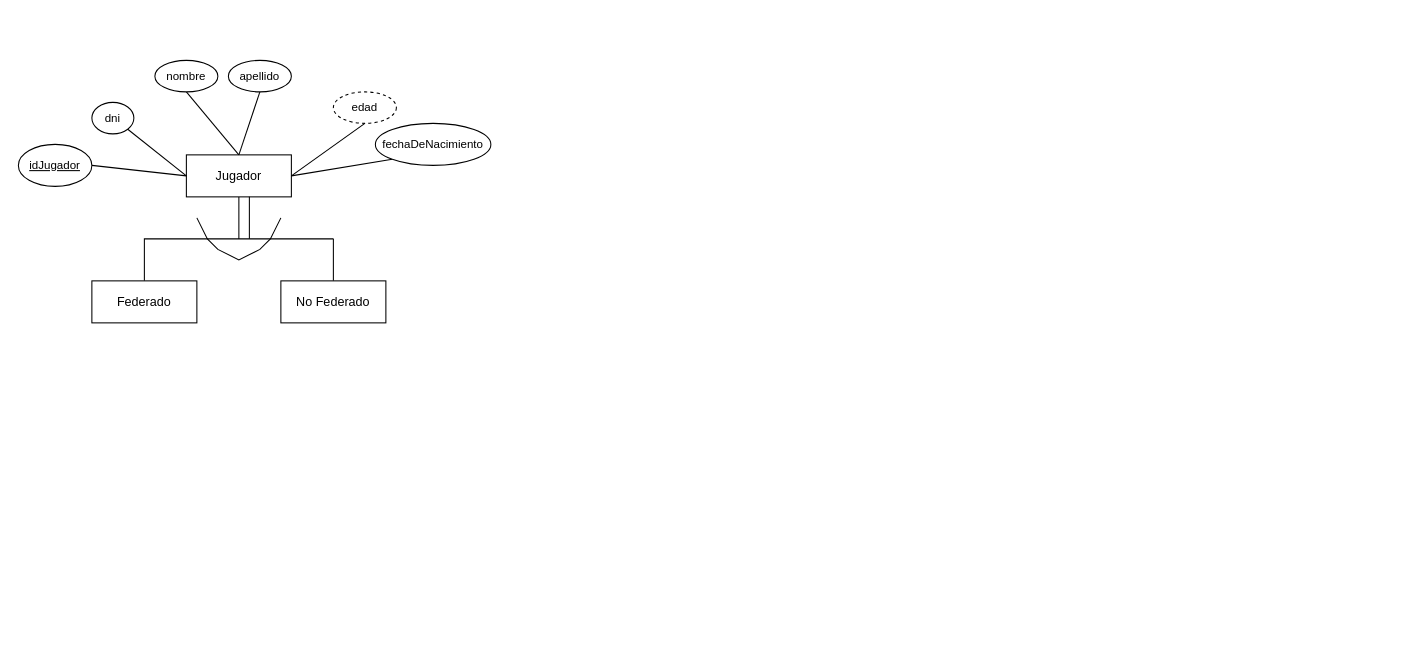
Above: BaseDeDatos/modeloparcial1.drawio in Donnie-MS/DiagramasUML-BaseDeDatos-Objetos2 (draw.io), before the change. Source tidied: cells renumbered, new cells numbered last; positions are measured from the earlier drawing's top-left corner, leaving out a move shared by most shapes. Both pictures are drawn from the tidied source at 105%, with x=0, y=0 at pixel (18, 60).
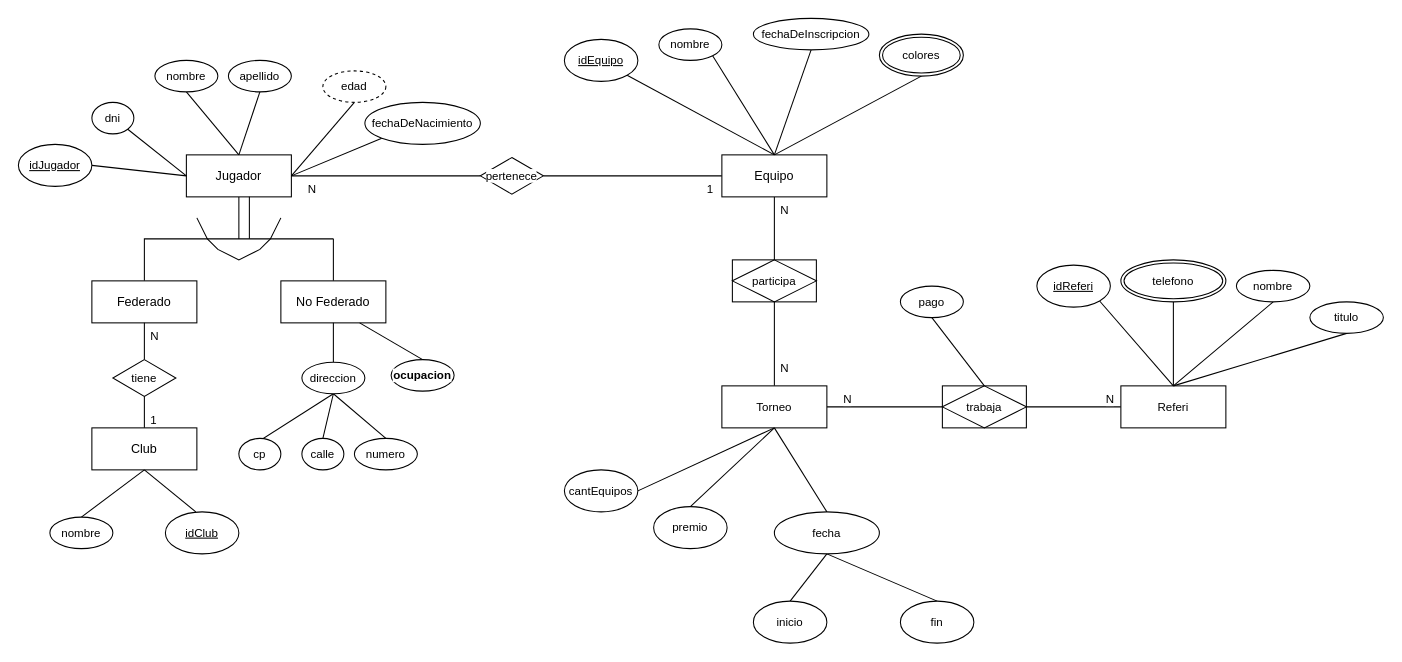
The same diagram, later.

Unchanged cells that the change refers to:
```xml
<mxCell id="3" value="Jugador" style="whiteSpace=wrap;html=1;align=center;" parent="1" vertex="1">
  <mxGeometry x="160" y="90" width="100" height="40" as="geometry" />
</mxCell>
<mxCell id="4" value="Federado" style="whiteSpace=wrap;html=1;align=center;" parent="1" vertex="1">
  <mxGeometry x="70" y="210" width="100" height="40" as="geometry" />
</mxCell>
<mxCell id="6" value="No Federado" style="whiteSpace=wrap;html=1;align=center;" parent="1" vertex="1">
  <mxGeometry x="250" y="210" width="100" height="40" as="geometry" />
</mxCell>
```

The edit, as a diff of the source:
```diff
@@
+    <mxCell id="21" style="edgeStyle=none;shape=connector;rounded=0;jettySize=auto;html=1;exitX=1;exitY=0.5;exitDx=0;exitDy=0;entryX=0;entryY=0.5;entryDx=0;entryDy=0;strokeColor=default;align=center;verticalAlign=middle;fontFamily=Helvetica;fontSize=11;fontColor=default;labelBackgroundColor=default;endArrow=none;" parent="1" edge="1" source="45" target="33">
+      <mxGeometry relative="1" as="geometry" />
+    </mxCell>
@@
     <mxCell id="16" value="edad" style="ellipse;whiteSpace=wrap;html=1;align=center;dashed=1;fontFamily=Helvetica;fontSize=11;fontColor=default;labelBackgroundColor=default;" parent="1" vertex="1">
-      <mxGeometry x="300" y="30" width="60" height="30" as="geometry" />
+      <mxGeometry x="290" y="10" width="60" height="30" as="geometry" />
     </mxCell>
@@
     <mxCell id="18" value="fechaDeNacimiento" style="ellipse;whiteSpace=wrap;html=1;align=center;fontFamily=Helvetica;fontSize=11;fontColor=default;labelBackgroundColor=default;" parent="1" vertex="1">
-      <mxGeometry x="340" y="60" width="110" height="40" as="geometry" />
+      <mxGeometry x="330" y="40" width="110" height="40" as="geometry" />
     </mxCell>
@@
+    <mxCell id="22" style="edgeStyle=none;shape=connector;rounded=0;jettySize=auto;html=1;exitX=0.5;exitY=0;exitDx=0;exitDy=0;entryX=0.75;entryY=1;entryDx=0;entryDy=0;strokeColor=default;align=center;verticalAlign=middle;fontFamily=Helvetica;fontSize=11;fontColor=default;labelBackgroundColor=default;endArrow=none;" parent="1" edge="1" source="23" target="6">
+      <mxGeometry relative="1" as="geometry" />
+    </mxCell>
+    <mxCell id="23" value="ocupacion" style="ellipse;whiteSpace=wrap;html=1;align=center;fontFamily=Helvetica;fontSize=11;fontColor=default;labelBackgroundColor=default;fontStyle=1;" parent="1" vertex="1">
+      <mxGeometry x="355" y="285" width="60" height="30" as="geometry" />
+    </mxCell>
+    <mxCell id="24" style="edgeStyle=none;shape=connector;rounded=0;jettySize=auto;html=1;strokeColor=default;align=center;verticalAlign=middle;fontFamily=Helvetica;fontSize=11;fontColor=default;labelBackgroundColor=default;endArrow=none;entryX=0.5;entryY=1;entryDx=0;entryDy=0;" parent="1" edge="1" source="28" target="6">
+      <mxGeometry relative="1" as="geometry" />
+    </mxCell>
+    <mxCell id="25" style="edgeStyle=none;shape=connector;rounded=0;jettySize=auto;html=1;exitX=0.5;exitY=1;exitDx=0;exitDy=0;entryX=0.5;entryY=0;entryDx=0;entryDy=0;strokeColor=default;align=center;verticalAlign=middle;fontFamily=Helvetica;fontSize=11;fontColor=default;labelBackgroundColor=default;endArrow=none;" parent="1" edge="1" source="28" target="29">
+      <mxGeometry relative="1" as="geometry" />
+    </mxCell>
+    <mxCell id="26" style="edgeStyle=none;shape=connector;rounded=0;jettySize=auto;html=1;exitX=0.5;exitY=1;exitDx=0;exitDy=0;entryX=0.5;entryY=0;entryDx=0;entryDy=0;strokeColor=default;align=center;verticalAlign=middle;fontFamily=Helvetica;fontSize=11;fontColor=default;labelBackgroundColor=default;endArrow=none;" parent="1" edge="1" source="28" target="30">
+      <mxGeometry relative="1" as="geometry" />
+    </mxCell>
+    <mxCell id="27" style="edgeStyle=none;shape=connector;rounded=0;jettySize=auto;html=1;exitX=0.5;exitY=1;exitDx=0;exitDy=0;entryX=0;entryY=0.5;entryDx=0;entryDy=0;strokeColor=default;align=center;verticalAlign=middle;fontFamily=Helvetica;fontSize=11;fontColor=default;labelBackgroundColor=default;endArrow=none;" parent="1" edge="1" source="28" target="31">
+      <mxGeometry relative="1" as="geometry" />
+    </mxCell>
+    <mxCell id="28" value="direccion" style="ellipse;whiteSpace=wrap;html=1;align=center;fontFamily=Helvetica;fontSize=11;fontColor=default;labelBackgroundColor=default;" parent="1" vertex="1">
+      <mxGeometry x="270" y="287.5" width="60" height="30" as="geometry" />
+    </mxCell>
+    <mxCell id="29" value="numero" style="ellipse;whiteSpace=wrap;html=1;align=center;fontFamily=Helvetica;fontSize=11;fontColor=default;labelBackgroundColor=default;" parent="1" vertex="1">
+      <mxGeometry x="320" y="360" width="60" height="30" as="geometry" />
+    </mxCell>
+    <mxCell id="30" value="calle" style="ellipse;whiteSpace=wrap;html=1;align=center;fontFamily=Helvetica;fontSize=11;fontColor=default;labelBackgroundColor=default;" parent="1" vertex="1">
+      <mxGeometry x="270" y="360" width="40" height="30" as="geometry" />
+    </mxCell>
+    <mxCell id="31" value="cp" style="ellipse;whiteSpace=wrap;html=1;align=center;fontFamily=Helvetica;fontSize=11;fontColor=default;labelBackgroundColor=default;" parent="1" vertex="1">
+      <mxGeometry x="210" y="360" width="40" height="30" as="geometry" />
+    </mxCell>
+    <mxCell id="32" style="edgeStyle=none;shape=connector;rounded=0;jettySize=auto;html=1;exitX=0.5;exitY=1;exitDx=0;exitDy=0;entryX=0.5;entryY=0;entryDx=0;entryDy=0;strokeColor=default;align=center;verticalAlign=middle;fontFamily=Helvetica;fontSize=11;fontColor=default;labelBackgroundColor=default;endArrow=none;" parent="1" edge="1" source="33" target="57">
+      <mxGeometry relative="1" as="geometry" />
+    </mxCell>
+    <mxCell id="33" value="Equipo" style="whiteSpace=wrap;html=1;align=center;" parent="1" vertex="1">
+      <mxGeometry x="670" y="90" width="100" height="40" as="geometry" />
+    </mxCell>
+    <mxCell id="34" style="edgeStyle=none;shape=connector;rounded=0;jettySize=auto;html=1;exitX=0.5;exitY=0;exitDx=0;exitDy=0;entryX=0.5;entryY=1;entryDx=0;entryDy=0;strokeColor=default;align=center;verticalAlign=middle;fontFamily=Helvetica;fontSize=11;fontColor=default;labelBackgroundColor=default;endArrow=none;" parent="1" edge="1" source="37" target="4">
+      <mxGeometry relative="1" as="geometry" />
+    </mxCell>
+    <mxCell id="35" value="Club" style="whiteSpace=wrap;html=1;align=center;" parent="1" vertex="1">
+      <mxGeometry x="70" y="350" width="100" height="40" as="geometry" />
+    </mxCell>
+    <mxCell id="36" style="edgeStyle=none;shape=connector;rounded=0;jettySize=auto;html=1;exitX=0.5;exitY=0;exitDx=0;exitDy=0;entryX=0.5;entryY=1;entryDx=0;entryDy=0;strokeColor=default;align=center;verticalAlign=middle;fontFamily=Helvetica;fontSize=11;fontColor=default;labelBackgroundColor=default;endArrow=none;" parent="1" edge="1" source="35" target="37">
+      <mxGeometry relative="1" as="geometry" />
+    </mxCell>
+    <mxCell id="37" value="tiene" style="shape=rhombus;perimeter=rhombusPerimeter;whiteSpace=wrap;html=1;align=center;fontFamily=Helvetica;fontSize=11;fontColor=default;labelBackgroundColor=default;" parent="1" vertex="1">
+      <mxGeometry x="90" y="285" width="60" height="35" as="geometry" />
+    </mxCell>
+    <mxCell id="38" style="edgeStyle=none;shape=connector;rounded=0;jettySize=auto;html=1;exitX=0.414;exitY=0;exitDx=0;exitDy=0;entryX=0.5;entryY=1;entryDx=0;entryDy=0;strokeColor=default;align=center;verticalAlign=middle;fontFamily=Helvetica;fontSize=11;fontColor=default;labelBackgroundColor=default;endArrow=none;exitPerimeter=0;" parent="1" edge="1" source="39" target="35">
+      <mxGeometry relative="1" as="geometry" />
+    </mxCell>
+    <mxCell id="39" value="idClub" style="ellipse;whiteSpace=wrap;html=1;align=center;fontStyle=4;fontFamily=Helvetica;fontSize=11;fontColor=default;labelBackgroundColor=default;" parent="1" vertex="1">
+      <mxGeometry x="140" y="430" width="70" height="40" as="geometry" />
+    </mxCell>
+    <mxCell id="40" style="edgeStyle=none;shape=connector;rounded=0;jettySize=auto;html=1;exitX=0.5;exitY=0;exitDx=0;exitDy=0;strokeColor=default;align=center;verticalAlign=middle;fontFamily=Helvetica;fontSize=11;fontColor=default;labelBackgroundColor=default;endArrow=none;entryX=0.5;entryY=1;entryDx=0;entryDy=0;" parent="1" edge="1" source="41" target="35">
+      <mxGeometry relative="1" as="geometry" />
+    </mxCell>
+    <mxCell id="41" value="nombre" style="ellipse;whiteSpace=wrap;html=1;align=center;fontFamily=Helvetica;fontSize=11;fontColor=default;labelBackgroundColor=default;" parent="1" vertex="1">
+      <mxGeometry x="30" y="435" width="60" height="30" as="geometry" />
+    </mxCell>
+    <mxCell id="42" value="1" style="text;strokeColor=none;fillColor=none;spacingLeft=4;spacingRight=4;overflow=hidden;fontSize=11;whiteSpace=wrap;html=1;fontFamily=Helvetica;fontColor=default;labelBackgroundColor=default;" parent="1" vertex="1">
+      <mxGeometry x="120" y="330" width="40" height="30" as="geometry" />
+    </mxCell>
+    <mxCell id="43" value="N" style="text;strokeColor=none;fillColor=none;spacingLeft=4;spacingRight=4;overflow=hidden;fontSize=11;whiteSpace=wrap;html=1;fontFamily=Helvetica;fontColor=default;labelBackgroundColor=default;" parent="1" vertex="1">
+      <mxGeometry x="120" y="250" width="40" height="30" as="geometry" />
+    </mxCell>
+    <mxCell id="44" style="edgeStyle=none;shape=connector;rounded=0;jettySize=auto;html=1;exitX=1;exitY=0.5;exitDx=0;exitDy=0;entryX=0;entryY=0.5;entryDx=0;entryDy=0;strokeColor=default;align=center;verticalAlign=middle;fontFamily=Helvetica;fontSize=11;fontColor=default;labelBackgroundColor=default;endArrow=none;" parent="1" edge="1" source="3" target="45">
+      <mxGeometry relative="1" as="geometry" />
+    </mxCell>
+    <mxCell id="45" value="pertenece" style="shape=rhombus;perimeter=rhombusPerimeter;whiteSpace=wrap;html=1;align=center;fontFamily=Helvetica;fontSize=11;fontColor=default;labelBackgroundColor=default;" parent="1" vertex="1">
+      <mxGeometry x="440" y="92.5" width="60" height="35" as="geometry" />
+    </mxCell>
+    <mxCell id="46" value="N" style="text;strokeColor=none;fillColor=none;spacingLeft=4;spacingRight=4;overflow=hidden;fontSize=11;whiteSpace=wrap;html=1;fontFamily=Helvetica;fontColor=default;labelBackgroundColor=default;" parent="1" vertex="1">
+      <mxGeometry x="270" y="110" width="20" height="30" as="geometry" />
+    </mxCell>
+    <mxCell id="47" value="1" style="text;strokeColor=none;fillColor=none;spacingLeft=4;spacingRight=4;overflow=hidden;fontSize=11;whiteSpace=wrap;html=1;fontFamily=Helvetica;fontColor=default;labelBackgroundColor=default;" parent="1" vertex="1">
+      <mxGeometry x="650" y="110" width="20" height="30" as="geometry" />
+    </mxCell>
+    <mxCell id="48" style="edgeStyle=none;shape=connector;rounded=0;jettySize=auto;html=1;exitX=1;exitY=1;exitDx=0;exitDy=0;entryX=0.5;entryY=0;entryDx=0;entryDy=0;strokeColor=default;align=center;verticalAlign=middle;fontFamily=Helvetica;fontSize=11;fontColor=default;labelBackgroundColor=default;endArrow=none;" parent="1" edge="1" source="49" target="33">
+      <mxGeometry relative="1" as="geometry" />
+    </mxCell>
+    <mxCell id="49" value="nombre" style="ellipse;whiteSpace=wrap;html=1;align=center;fontFamily=Helvetica;fontSize=11;fontColor=default;labelBackgroundColor=default;" parent="1" vertex="1">
+      <mxGeometry x="610" y="-30" width="60" height="30" as="geometry" />
+    </mxCell>
+    <mxCell id="50" style="edgeStyle=none;shape=connector;rounded=0;jettySize=auto;html=1;exitX=0.5;exitY=1;exitDx=0;exitDy=0;strokeColor=default;align=center;verticalAlign=middle;fontFamily=Helvetica;fontSize=11;fontColor=default;labelBackgroundColor=default;endArrow=none;" parent="1" edge="1" source="51">
+      <mxGeometry relative="1" as="geometry">
+        <mxPoint x="720" y="90" as="targetPoint" />
+      </mxGeometry>
+    </mxCell>
+    <mxCell id="51" value="fechaDeInscripcion" style="ellipse;whiteSpace=wrap;html=1;align=center;fontFamily=Helvetica;fontSize=11;fontColor=default;labelBackgroundColor=default;" parent="1" vertex="1">
+      <mxGeometry x="700" y="-40" width="110" height="30" as="geometry" />
+    </mxCell>
+    <mxCell id="52" style="edgeStyle=none;shape=connector;rounded=0;jettySize=auto;html=1;exitX=0.5;exitY=1;exitDx=0;exitDy=0;entryX=0.5;entryY=0;entryDx=0;entryDy=0;strokeColor=default;align=center;verticalAlign=middle;fontFamily=Helvetica;fontSize=11;fontColor=default;labelBackgroundColor=default;endArrow=none;" parent="1" edge="1" source="53" target="33">
+      <mxGeometry relative="1" as="geometry" />
+    </mxCell>
+    <mxCell id="53" value="colores" style="ellipse;shape=doubleEllipse;margin=3;whiteSpace=wrap;html=1;align=center;fontFamily=Helvetica;fontSize=11;fontColor=default;labelBackgroundColor=default;" parent="1" vertex="1">
+      <mxGeometry x="820" y="-25" width="80" height="40" as="geometry" />
+    </mxCell>
+    <mxCell id="54" style="edgeStyle=none;shape=connector;rounded=0;jettySize=auto;html=1;exitX=1;exitY=1;exitDx=0;exitDy=0;strokeColor=default;align=center;verticalAlign=middle;fontFamily=Helvetica;fontSize=11;fontColor=default;labelBackgroundColor=default;endArrow=none;" parent="1" edge="1" source="55">
+      <mxGeometry relative="1" as="geometry">
+        <mxPoint x="720" y="90" as="targetPoint" />
+      </mxGeometry>
+    </mxCell>
+    <mxCell id="55" value="idEquipo" style="ellipse;whiteSpace=wrap;html=1;align=center;fontStyle=4;fontFamily=Helvetica;fontSize=11;fontColor=default;labelBackgroundColor=default;" parent="1" vertex="1">
+      <mxGeometry x="520" y="-20" width="70" height="40" as="geometry" />
+    </mxCell>
+    <mxCell id="56" style="edgeStyle=none;shape=connector;rounded=0;jettySize=auto;html=1;exitX=1;exitY=0.5;exitDx=0;exitDy=0;entryX=0;entryY=0.5;entryDx=0;entryDy=0;strokeColor=default;align=center;verticalAlign=middle;fontFamily=Helvetica;fontSize=11;fontColor=default;labelBackgroundColor=default;endArrow=none;" parent="1" edge="1" source="57" target="71">
+      <mxGeometry relative="1" as="geometry" />
+    </mxCell>
+    <mxCell id="57" value="Torneo" style="whiteSpace=wrap;html=1;align=center;fontFamily=Helvetica;fontSize=11;fontColor=default;labelBackgroundColor=default;" parent="1" vertex="1">
+      <mxGeometry x="670" y="310" width="100" height="40" as="geometry" />
+    </mxCell>
+    <mxCell id="58" value="N" style="text;strokeColor=none;fillColor=none;spacingLeft=4;spacingRight=4;overflow=hidden;fontSize=11;whiteSpace=wrap;html=1;fontFamily=Helvetica;fontColor=default;labelBackgroundColor=default;" parent="1" vertex="1">
+      <mxGeometry x="720" y="280" width="20" height="30" as="geometry" />
+    </mxCell>
+    <mxCell id="59" value="N" style="text;strokeColor=none;fillColor=none;spacingLeft=4;spacingRight=4;overflow=hidden;fontSize=11;whiteSpace=wrap;html=1;fontFamily=Helvetica;fontColor=default;labelBackgroundColor=default;" parent="1" vertex="1">
+      <mxGeometry x="720" y="130" width="20" height="30" as="geometry" />
+    </mxCell>
+    <mxCell id="60" value="participa" style="shape=associativeEntity;whiteSpace=wrap;html=1;align=center;fontFamily=Helvetica;fontSize=11;fontColor=default;labelBackgroundColor=default;" parent="1" vertex="1">
+      <mxGeometry x="680" y="190" width="80" height="40" as="geometry" />
+    </mxCell>
+    <mxCell id="61" style="edgeStyle=none;shape=connector;rounded=0;jettySize=auto;html=1;exitX=0.5;exitY=0;exitDx=0;exitDy=0;entryX=0.5;entryY=1;entryDx=0;entryDy=0;strokeColor=default;align=center;verticalAlign=middle;fontFamily=Helvetica;fontSize=11;fontColor=default;labelBackgroundColor=default;endArrow=none;" parent="1" edge="1" source="63" target="57">
+      <mxGeometry relative="1" as="geometry" />
+    </mxCell>
+    <mxCell id="62" style="edgeStyle=none;shape=connector;rounded=0;jettySize=auto;html=1;exitX=0.5;exitY=1;exitDx=0;exitDy=0;entryX=0.5;entryY=0;entryDx=0;entryDy=0;strokeColor=default;align=center;verticalAlign=middle;fontFamily=Helvetica;fontSize=11;fontColor=default;labelBackgroundColor=default;endArrow=none;" parent="1" edge="1" source="63" target="66">
+      <mxGeometry relative="1" as="geometry" />
+    </mxCell>
+    <mxCell id="63" value="fecha" style="ellipse;whiteSpace=wrap;html=1;align=center;fontFamily=Helvetica;fontSize=11;fontColor=default;labelBackgroundColor=default;" parent="1" vertex="1">
+      <mxGeometry x="720" y="430" width="100" height="40" as="geometry" />
+    </mxCell>
+    <mxCell id="64" style="edgeStyle=none;shape=connector;rounded=0;jettySize=auto;html=1;exitX=0.5;exitY=0;exitDx=0;exitDy=0;entryX=0.5;entryY=1;entryDx=0;entryDy=0;strokeColor=default;align=center;verticalAlign=middle;fontFamily=Helvetica;fontSize=11;fontColor=default;labelBackgroundColor=default;endArrow=none;" parent="1" edge="1" source="65" target="63">
+      <mxGeometry relative="1" as="geometry" />
+    </mxCell>
+    <mxCell id="65" value="inicio" style="ellipse;whiteSpace=wrap;html=1;align=center;fontFamily=Helvetica;fontSize=11;fontColor=default;labelBackgroundColor=default;" parent="1" vertex="1">
+      <mxGeometry x="700" y="515" width="70" height="40" as="geometry" />
+    </mxCell>
+    <mxCell id="66" value="fin" style="ellipse;whiteSpace=wrap;html=1;align=center;fontFamily=Helvetica;fontSize=11;fontColor=default;labelBackgroundColor=default;" parent="1" vertex="1">
+      <mxGeometry x="840" y="515" width="70" height="40" as="geometry" />
+    </mxCell>
+    <mxCell id="67" style="edgeStyle=none;shape=connector;rounded=0;jettySize=auto;html=1;exitX=0.5;exitY=0;exitDx=0;exitDy=0;entryX=0.5;entryY=1;entryDx=0;entryDy=0;strokeColor=default;align=center;verticalAlign=middle;fontFamily=Helvetica;fontSize=11;fontColor=default;labelBackgroundColor=default;endArrow=none;" parent="1" edge="1" source="68" target="57">
+      <mxGeometry relative="1" as="geometry" />
+    </mxCell>
+    <mxCell id="68" value="premio" style="ellipse;whiteSpace=wrap;html=1;align=center;fontFamily=Helvetica;fontSize=11;fontColor=default;labelBackgroundColor=default;" parent="1" vertex="1">
+      <mxGeometry x="605" y="425" width="70" height="40" as="geometry" />
+    </mxCell>
+    <mxCell id="69" style="edgeStyle=none;shape=connector;rounded=0;jettySize=auto;html=1;exitX=1;exitY=0.5;exitDx=0;exitDy=0;entryX=0.5;entryY=1;entryDx=0;entryDy=0;strokeColor=default;align=center;verticalAlign=middle;fontFamily=Helvetica;fontSize=11;fontColor=default;labelBackgroundColor=default;endArrow=none;" parent="1" edge="1" source="70" target="57">
+      <mxGeometry relative="1" as="geometry" />
+    </mxCell>
+    <mxCell id="70" value="cantEquipos" style="ellipse;whiteSpace=wrap;html=1;align=center;fontFamily=Helvetica;fontSize=11;fontColor=default;labelBackgroundColor=default;" parent="1" vertex="1">
+      <mxGeometry x="520" y="390" width="70" height="40" as="geometry" />
+    </mxCell>
+    <mxCell id="71" value="Referi" style="whiteSpace=wrap;html=1;align=center;fontFamily=Helvetica;fontSize=11;fontColor=default;labelBackgroundColor=default;" parent="1" vertex="1">
+      <mxGeometry x="1050" y="310" width="100" height="40" as="geometry" />
+    </mxCell>
+    <mxCell id="72" value="N" style="text;strokeColor=none;fillColor=none;spacingLeft=4;spacingRight=4;overflow=hidden;fontSize=11;whiteSpace=wrap;html=1;fontFamily=Helvetica;fontColor=default;labelBackgroundColor=default;" parent="1" vertex="1">
+      <mxGeometry x="780" y="310" width="20" height="30" as="geometry" />
+    </mxCell>
+    <mxCell id="73" value="N" style="text;strokeColor=none;fillColor=none;spacingLeft=4;spacingRight=4;overflow=hidden;fontSize=11;whiteSpace=wrap;html=1;fontFamily=Helvetica;fontColor=default;labelBackgroundColor=default;" parent="1" vertex="1">
+      <mxGeometry x="1030" y="310" width="20" height="30" as="geometry" />
+    </mxCell>
+    <mxCell id="74" value="trabaja" style="shape=associativeEntity;whiteSpace=wrap;html=1;align=center;fontFamily=Helvetica;fontSize=11;fontColor=default;labelBackgroundColor=default;" parent="1" vertex="1">
+      <mxGeometry x="880" y="310" width="80" height="40" as="geometry" />
+    </mxCell>
+    <mxCell id="75" style="edgeStyle=none;shape=connector;rounded=0;jettySize=auto;html=1;exitX=0.5;exitY=1;exitDx=0;exitDy=0;entryX=0.5;entryY=0;entryDx=0;entryDy=0;strokeColor=default;align=center;verticalAlign=middle;fontFamily=Helvetica;fontSize=11;fontColor=default;labelBackgroundColor=default;endArrow=none;" parent="1" edge="1" source="76" target="71">
+      <mxGeometry relative="1" as="geometry" />
+    </mxCell>
+    <mxCell id="76" value="telefono" style="ellipse;shape=doubleEllipse;margin=3;whiteSpace=wrap;html=1;align=center;fontFamily=Helvetica;fontSize=11;fontColor=default;labelBackgroundColor=default;" parent="1" vertex="1">
+      <mxGeometry x="1050" y="190" width="100" height="40" as="geometry" />
+    </mxCell>
+    <mxCell id="77" style="edgeStyle=none;shape=connector;rounded=0;jettySize=auto;html=1;exitX=1;exitY=1;exitDx=0;exitDy=0;strokeColor=default;align=center;verticalAlign=middle;fontFamily=Helvetica;fontSize=11;fontColor=default;labelBackgroundColor=default;endArrow=none;" parent="1" edge="1" source="78">
+      <mxGeometry relative="1" as="geometry">
+        <mxPoint x="1100" y="310" as="targetPoint" />
+      </mxGeometry>
+    </mxCell>
+    <mxCell id="78" value="idReferi" style="ellipse;whiteSpace=wrap;html=1;align=center;fontStyle=4;fontFamily=Helvetica;fontSize=11;fontColor=default;labelBackgroundColor=default;" parent="1" vertex="1">
+      <mxGeometry x="970" y="195" width="70" height="40" as="geometry" />
+    </mxCell>
+    <mxCell id="79" style="edgeStyle=none;shape=connector;rounded=0;jettySize=auto;html=1;exitX=0.5;exitY=1;exitDx=0;exitDy=0;strokeColor=default;align=center;verticalAlign=middle;fontFamily=Helvetica;fontSize=11;fontColor=default;labelBackgroundColor=default;endArrow=none;" parent="1" edge="1" source="80">
+      <mxGeometry relative="1" as="geometry">
+        <mxPoint x="1100" y="310" as="targetPoint" />
+      </mxGeometry>
+    </mxCell>
+    <mxCell id="80" value="nombre" style="ellipse;whiteSpace=wrap;html=1;align=center;fontFamily=Helvetica;fontSize=11;fontColor=default;labelBackgroundColor=default;" parent="1" vertex="1">
+      <mxGeometry x="1160" y="200" width="70" height="30" as="geometry" />
+    </mxCell>
+    <mxCell id="81" style="edgeStyle=none;shape=connector;rounded=0;jettySize=auto;html=1;exitX=0.5;exitY=1;exitDx=0;exitDy=0;strokeColor=default;align=center;verticalAlign=middle;fontFamily=Helvetica;fontSize=11;fontColor=default;labelBackgroundColor=default;endArrow=none;" parent="1" edge="1" source="82">
+      <mxGeometry relative="1" as="geometry">
+        <mxPoint x="1100" y="310" as="targetPoint" />
+      </mxGeometry>
+    </mxCell>
+    <mxCell id="82" value="titulo" style="ellipse;whiteSpace=wrap;html=1;align=center;fontFamily=Helvetica;fontSize=11;fontColor=default;labelBackgroundColor=default;" parent="1" vertex="1">
+      <mxGeometry x="1230" y="230" width="70" height="30" as="geometry" />
+    </mxCell>
+    <mxCell id="83" style="edgeStyle=none;shape=connector;rounded=0;jettySize=auto;html=1;exitX=0.5;exitY=1;exitDx=0;exitDy=0;entryX=0.5;entryY=0;entryDx=0;entryDy=0;strokeColor=default;align=center;verticalAlign=middle;fontFamily=Helvetica;fontSize=11;fontColor=default;labelBackgroundColor=default;endArrow=none;" parent="1" edge="1" source="84" target="74">
+      <mxGeometry relative="1" as="geometry" />
+    </mxCell>
+    <mxCell id="84" value="pago" style="ellipse;whiteSpace=wrap;html=1;align=center;fontFamily=Helvetica;fontSize=11;fontColor=default;labelBackgroundColor=default;" parent="1" vertex="1">
+      <mxGeometry x="840" y="215" width="60" height="30" as="geometry" />
+    </mxCell>
```
